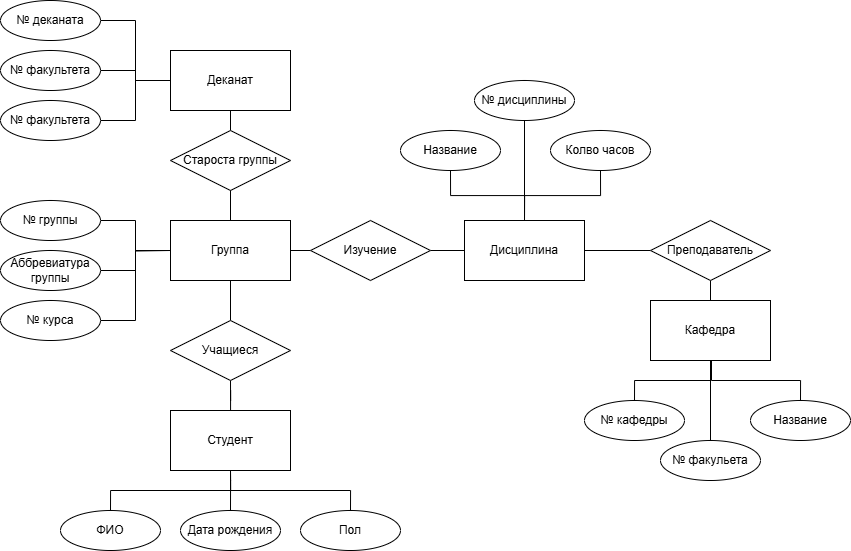
Earlier version of the draw.io export Dataset.drawio.png (ksinph/PSTU_LABS_2023). Source tidied: cells renumbered, new cells last; positions are measured from the earlier drawing's top-left corner, leaving out a move shared by most shapes. Its diagram source:
```xml
<mxGraphModel>
  <root>
    <mxCell id="0" />
    <mxCell id="1" parent="0" />
    <mxCell id="2" value="Студент" style="rounded=0;whiteSpace=wrap;html=1;" parent="1" vertex="1">
      <mxGeometry x="170" y="410" width="120" height="60" as="geometry" />
    </mxCell>
    <mxCell id="3" style="edgeStyle=orthogonalEdgeStyle;rounded=0;jettySize=auto;html=1;exitX=0.5;exitY=0;exitDx=0;exitDy=0;entryX=0.5;entryY=1;entryDx=0;entryDy=0;endArrow=none;startFill=0;" parent="1" edge="1" source="4" target="40">
      <mxGeometry relative="1" as="geometry" />
    </mxCell>
    <mxCell id="4" value="Кафедра" style="rounded=0;whiteSpace=wrap;html=1;" parent="1" vertex="1">
      <mxGeometry x="650" y="300" width="120" height="60" as="geometry" />
    </mxCell>
    <mxCell id="5" style="edgeStyle=orthogonalEdgeStyle;rounded=0;jettySize=auto;html=1;exitX=1;exitY=0.5;exitDx=0;exitDy=0;entryX=0;entryY=0.5;entryDx=0;entryDy=0;endArrow=none;startFill=0;" parent="1" edge="1" source="6" target="40">
      <mxGeometry relative="1" as="geometry" />
    </mxCell>
    <mxCell id="6" value="Дисциплина" style="rounded=0;whiteSpace=wrap;html=1;" parent="1" vertex="1">
      <mxGeometry x="464" y="220" width="120" height="60" as="geometry" />
    </mxCell>
    <mxCell id="7" value="Деканат" style="rounded=0;whiteSpace=wrap;html=1;" parent="1" vertex="1">
      <mxGeometry x="170" y="50" width="120" height="60" as="geometry" />
    </mxCell>
    <mxCell id="8" style="edgeStyle=orthogonalEdgeStyle;rounded=0;jettySize=auto;html=1;exitX=1;exitY=0.5;exitDx=0;exitDy=0;entryX=0;entryY=0.5;entryDx=0;entryDy=0;endArrow=none;startFill=0;" parent="1" edge="1" source="9" target="21">
      <mxGeometry relative="1" as="geometry" />
    </mxCell>
    <mxCell id="9" value="№ курса" style="ellipse;whiteSpace=wrap;html=1;align=center;" parent="1" vertex="1">
      <mxGeometry y="300" width="100" height="40" as="geometry" />
    </mxCell>
    <mxCell id="10" style="edgeStyle=orthogonalEdgeStyle;rounded=0;jettySize=auto;html=1;exitX=0.5;exitY=0;exitDx=0;exitDy=0;entryX=0.5;entryY=1;entryDx=0;entryDy=0;endArrow=none;startFill=0;" parent="1" edge="1" source="11" target="2">
      <mxGeometry relative="1" as="geometry" />
    </mxCell>
    <mxCell id="11" value="ФИО" style="ellipse;whiteSpace=wrap;html=1;align=center;" parent="1" vertex="1">
      <mxGeometry x="60" y="510" width="100" height="40" as="geometry" />
    </mxCell>
    <mxCell id="12" style="edgeStyle=orthogonalEdgeStyle;rounded=0;jettySize=auto;html=1;exitX=0.5;exitY=0;exitDx=0;exitDy=0;entryX=0.5;entryY=1;entryDx=0;entryDy=0;endArrow=none;endFill=1;startFill=0;" parent="1" edge="1" source="13" target="2">
      <mxGeometry relative="1" as="geometry">
        <Array as="points">
          <mxPoint x="230" y="480" />
          <mxPoint x="230" y="480" />
        </Array>
      </mxGeometry>
    </mxCell>
    <mxCell id="13" value="Дата рождения" style="ellipse;whiteSpace=wrap;html=1;align=center;" parent="1" vertex="1">
      <mxGeometry x="180" y="510" width="100" height="40" as="geometry" />
    </mxCell>
    <mxCell id="14" style="edgeStyle=orthogonalEdgeStyle;rounded=0;jettySize=auto;html=1;exitX=0.5;exitY=0;exitDx=0;exitDy=0;entryX=0.5;entryY=1;entryDx=0;entryDy=0;endArrow=none;startFill=0;" parent="1" edge="1" source="15" target="2">
      <mxGeometry relative="1" as="geometry" />
    </mxCell>
    <mxCell id="15" value="Пол" style="ellipse;whiteSpace=wrap;html=1;align=center;" parent="1" vertex="1">
      <mxGeometry x="300" y="510" width="100" height="40" as="geometry" />
    </mxCell>
    <mxCell id="16" style="edgeStyle=orthogonalEdgeStyle;rounded=0;jettySize=auto;html=1;exitX=0.5;exitY=0;exitDx=0;exitDy=0;entryX=0.5;entryY=1;entryDx=0;entryDy=0;endArrow=none;startFill=0;" parent="1" edge="1" source="17" target="7">
      <mxGeometry relative="1" as="geometry" />
    </mxCell>
    <mxCell id="17" value="Староста группы" style="shape=rhombus;perimeter=rhombusPerimeter;whiteSpace=wrap;html=1;align=center;" parent="1" vertex="1">
      <mxGeometry x="170" y="130" width="120" height="60" as="geometry" />
    </mxCell>
    <mxCell id="18" style="edgeStyle=orthogonalEdgeStyle;rounded=0;jettySize=auto;html=1;exitX=1;exitY=0.5;exitDx=0;exitDy=0;entryX=0;entryY=0.5;entryDx=0;entryDy=0;endArrow=none;endFill=1;startFill=0;" parent="1" edge="1" source="21" target="33">
      <mxGeometry relative="1" as="geometry" />
    </mxCell>
    <mxCell id="19" style="edgeStyle=orthogonalEdgeStyle;rounded=0;jettySize=auto;html=1;exitX=0.5;exitY=0;exitDx=0;exitDy=0;entryX=0.5;entryY=1;entryDx=0;entryDy=0;endArrow=none;startFill=0;" parent="1" edge="1" source="21" target="17">
      <mxGeometry relative="1" as="geometry" />
    </mxCell>
    <mxCell id="20" style="edgeStyle=orthogonalEdgeStyle;rounded=0;jettySize=auto;html=1;exitX=0.5;exitY=1;exitDx=0;exitDy=0;endArrow=none;startFill=0;" parent="1" edge="1" source="21" target="25">
      <mxGeometry relative="1" as="geometry" />
    </mxCell>
    <mxCell id="21" value="Группа" style="rounded=0;whiteSpace=wrap;html=1;" parent="1" vertex="1">
      <mxGeometry x="170" y="220" width="120" height="60" as="geometry" />
    </mxCell>
    <mxCell id="22" style="edgeStyle=orthogonalEdgeStyle;rounded=0;jettySize=auto;html=1;exitX=1;exitY=0.5;exitDx=0;exitDy=0;entryX=0;entryY=0.5;entryDx=0;entryDy=0;endArrow=none;startFill=0;" parent="1" edge="1" source="23" target="21">
      <mxGeometry relative="1" as="geometry" />
    </mxCell>
    <mxCell id="23" value="№ группы" style="ellipse;whiteSpace=wrap;html=1;align=center;" parent="1" vertex="1">
      <mxGeometry y="200" width="100" height="40" as="geometry" />
    </mxCell>
    <mxCell id="24" style="edgeStyle=orthogonalEdgeStyle;rounded=0;jettySize=auto;html=1;exitX=0.5;exitY=1;exitDx=0;exitDy=0;endArrow=none;startFill=0;" parent="1" edge="1" source="25" target="2">
      <mxGeometry relative="1" as="geometry" />
    </mxCell>
    <mxCell id="25" value="Учащиеся" style="shape=rhombus;perimeter=rhombusPerimeter;whiteSpace=wrap;html=1;align=center;" parent="1" vertex="1">
      <mxGeometry x="170" y="320" width="120" height="60" as="geometry" />
    </mxCell>
    <mxCell id="26" style="edgeStyle=orthogonalEdgeStyle;rounded=0;jettySize=auto;html=1;exitX=1;exitY=0.5;exitDx=0;exitDy=0;entryX=0;entryY=0.5;entryDx=0;entryDy=0;endArrow=none;startFill=0;" parent="1" edge="1" source="27" target="7">
      <mxGeometry relative="1" as="geometry" />
    </mxCell>
    <mxCell id="27" value="№ деканата" style="ellipse;whiteSpace=wrap;html=1;align=center;" parent="1" vertex="1">
      <mxGeometry width="100" height="40" as="geometry" />
    </mxCell>
    <mxCell id="28" style="edgeStyle=orthogonalEdgeStyle;rounded=0;jettySize=auto;html=1;exitX=1;exitY=0.5;exitDx=0;exitDy=0;entryX=0;entryY=0.5;entryDx=0;entryDy=0;endArrow=none;startFill=0;" parent="1" edge="1" source="29" target="7">
      <mxGeometry relative="1" as="geometry" />
    </mxCell>
    <mxCell id="29" value="№ факультета" style="ellipse;whiteSpace=wrap;html=1;align=center;" parent="1" vertex="1">
      <mxGeometry y="50" width="100" height="40" as="geometry" />
    </mxCell>
    <mxCell id="30" style="edgeStyle=orthogonalEdgeStyle;rounded=0;jettySize=auto;html=1;exitX=1;exitY=0.5;exitDx=0;exitDy=0;entryX=0;entryY=0.5;entryDx=0;entryDy=0;endArrow=none;startFill=0;" parent="1" edge="1" source="31" target="7">
      <mxGeometry relative="1" as="geometry" />
    </mxCell>
    <mxCell id="31" value="№ факультета" style="ellipse;whiteSpace=wrap;html=1;align=center;" parent="1" vertex="1">
      <mxGeometry y="100" width="100" height="40" as="geometry" />
    </mxCell>
    <mxCell id="32" style="edgeStyle=orthogonalEdgeStyle;rounded=0;jettySize=auto;html=1;exitX=1;exitY=0.5;exitDx=0;exitDy=0;entryX=0;entryY=0.5;entryDx=0;entryDy=0;endArrow=none;startFill=0;" parent="1" edge="1" source="33" target="6">
      <mxGeometry relative="1" as="geometry" />
    </mxCell>
    <mxCell id="33" value="Изучение" style="shape=rhombus;perimeter=rhombusPerimeter;whiteSpace=wrap;html=1;align=center;" parent="1" vertex="1">
      <mxGeometry x="310" y="220" width="120" height="60" as="geometry" />
    </mxCell>
    <mxCell id="34" style="edgeStyle=orthogonalEdgeStyle;rounded=0;jettySize=auto;html=1;exitX=0.5;exitY=1;exitDx=0;exitDy=0;entryX=0.5;entryY=0;entryDx=0;entryDy=0;endArrow=none;startFill=0;" parent="1" edge="1" source="35" target="6">
      <mxGeometry relative="1" as="geometry" />
    </mxCell>
    <mxCell id="35" value="Название" style="ellipse;whiteSpace=wrap;html=1;align=center;" parent="1" vertex="1">
      <mxGeometry x="400" y="130" width="100" height="40" as="geometry" />
    </mxCell>
    <mxCell id="36" style="edgeStyle=orthogonalEdgeStyle;rounded=0;jettySize=auto;html=1;exitX=0.5;exitY=1;exitDx=0;exitDy=0;endArrow=none;startFill=0;" parent="1" edge="1" source="37" target="6">
      <mxGeometry relative="1" as="geometry" />
    </mxCell>
    <mxCell id="37" value="№ дисциплины" style="ellipse;whiteSpace=wrap;html=1;align=center;" parent="1" vertex="1">
      <mxGeometry x="474" y="80" width="100" height="40" as="geometry" />
    </mxCell>
    <mxCell id="38" style="edgeStyle=orthogonalEdgeStyle;rounded=0;jettySize=auto;html=1;exitX=0.5;exitY=1;exitDx=0;exitDy=0;entryX=0.5;entryY=0;entryDx=0;entryDy=0;endArrow=none;startFill=0;" parent="1" edge="1" source="39" target="6">
      <mxGeometry relative="1" as="geometry" />
    </mxCell>
    <mxCell id="39" value="Колво часов" style="ellipse;whiteSpace=wrap;html=1;align=center;" parent="1" vertex="1">
      <mxGeometry x="550" y="130" width="100" height="40" as="geometry" />
    </mxCell>
    <mxCell id="40" value="Преподаватель" style="shape=rhombus;perimeter=rhombusPerimeter;whiteSpace=wrap;html=1;align=center;" parent="1" vertex="1">
      <mxGeometry x="650" y="220" width="120" height="60" as="geometry" />
    </mxCell>
    <mxCell id="41" style="edgeStyle=orthogonalEdgeStyle;rounded=0;jettySize=auto;html=1;exitX=0.5;exitY=0;exitDx=0;exitDy=0;entryX=0.5;entryY=1;entryDx=0;entryDy=0;endArrow=none;startFill=0;" parent="1" edge="1" source="42" target="4">
      <mxGeometry relative="1" as="geometry" />
    </mxCell>
    <mxCell id="42" value="№ кафедры" style="ellipse;whiteSpace=wrap;html=1;align=center;" parent="1" vertex="1">
      <mxGeometry x="584" y="400" width="100" height="40" as="geometry" />
    </mxCell>
    <mxCell id="43" style="edgeStyle=orthogonalEdgeStyle;rounded=0;jettySize=auto;html=1;exitX=0.5;exitY=0;exitDx=0;exitDy=0;entryX=0.5;entryY=1;entryDx=0;entryDy=0;endArrow=none;startFill=0;" parent="1" edge="1" source="44" target="4">
      <mxGeometry relative="1" as="geometry" />
    </mxCell>
    <mxCell id="44" value="№ факульета" style="ellipse;whiteSpace=wrap;html=1;align=center;" parent="1" vertex="1">
      <mxGeometry x="660" y="440" width="100" height="40" as="geometry" />
    </mxCell>
    <mxCell id="45" style="edgeStyle=orthogonalEdgeStyle;rounded=0;jettySize=auto;html=1;exitX=0.5;exitY=0;exitDx=0;exitDy=0;endArrow=none;startFill=0;" parent="1" edge="1" source="46">
      <mxGeometry relative="1" as="geometry">
        <mxPoint x="710" y="360" as="targetPoint" />
        <Array as="points">
          <mxPoint x="800" y="380" />
          <mxPoint x="711" y="380" />
          <mxPoint x="711" y="360" />
        </Array>
      </mxGeometry>
    </mxCell>
    <mxCell id="46" value="Название" style="ellipse;whiteSpace=wrap;html=1;align=center;" parent="1" vertex="1">
      <mxGeometry x="750" y="400" width="100" height="40" as="geometry" />
    </mxCell>
    <mxCell id="47" style="edgeStyle=orthogonalEdgeStyle;rounded=0;jettySize=auto;html=1;exitX=1;exitY=0.5;exitDx=0;exitDy=0;endArrow=none;startFill=0;" parent="1" edge="1" source="48">
      <mxGeometry relative="1" as="geometry">
        <mxPoint x="170" y="250" as="targetPoint" />
      </mxGeometry>
    </mxCell>
    <mxCell id="48" value="Аббревиатура группы" style="ellipse;whiteSpace=wrap;html=1;align=center;" parent="1" vertex="1">
      <mxGeometry y="250" width="100" height="40" as="geometry" />
    </mxCell>
  </root>
</mxGraphModel>
```
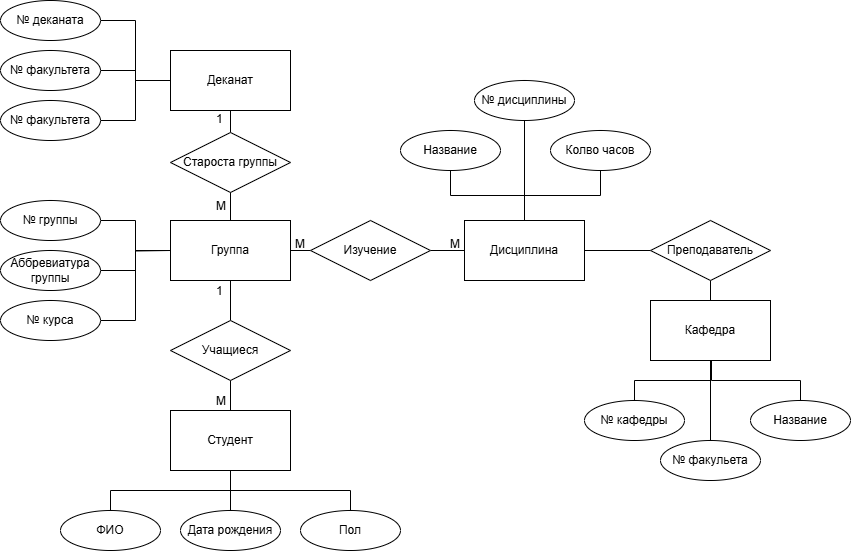
The same file after the commit.

The edit, as a diff of the source:
```diff
@@ -53,7 +53,7 @@
       <mxGeometry relative="1" as="geometry" />
     </mxCell>
     <mxCell id="17" value="Староста группы" style="shape=rhombus;perimeter=rhombusPerimeter;whiteSpace=wrap;html=1;align=center;" parent="1" vertex="1">
-      <mxGeometry x="170" y="130" width="120" height="60" as="geometry" />
+      <mxGeometry x="170" y="132" width="120" height="60" as="geometry" />
     </mxCell>
     <mxCell id="18" style="edgeStyle=orthogonalEdgeStyle;rounded=0;jettySize=auto;html=1;exitX=1;exitY=0.5;exitDx=0;exitDy=0;entryX=0;entryY=0.5;entryDx=0;entryDy=0;endArrow=none;endFill=1;startFill=0;" parent="1" edge="1" source="21" target="33">
       <mxGeometry relative="1" as="geometry" />
@@ -157,5 +157,23 @@
     <mxCell id="48" value="Аббревиатура группы" style="ellipse;whiteSpace=wrap;html=1;align=center;" parent="1" vertex="1">
       <mxGeometry y="250" width="100" height="40" as="geometry" />
     </mxCell>
+    <mxCell id="49" value="1" style="text;strokeColor=none;fillColor=none;spacingLeft=4;spacingRight=4;overflow=hidden;fontSize=12;whiteSpace=wrap;html=1;" parent="1" vertex="1">
+      <mxGeometry x="210" y="105" width="40" height="30" as="geometry" />
+    </mxCell>
+    <mxCell id="50" value="M" style="text;strokeColor=none;fillColor=none;spacingLeft=4;spacingRight=4;overflow=hidden;fontSize=12;whiteSpace=wrap;html=1;" parent="1" vertex="1">
+      <mxGeometry x="210" y="192" width="40" height="30" as="geometry" />
+    </mxCell>
+    <mxCell id="51" value="1" style="text;strokeColor=none;fillColor=none;spacingLeft=4;spacingRight=4;overflow=hidden;fontSize=12;whiteSpace=wrap;html=1;" parent="1" vertex="1">
+      <mxGeometry x="210" y="277" width="40" height="30" as="geometry" />
+    </mxCell>
+    <mxCell id="52" value="M" style="text;strokeColor=none;fillColor=none;spacingLeft=4;spacingRight=4;overflow=hidden;fontSize=12;whiteSpace=wrap;html=1;" parent="1" vertex="1">
+      <mxGeometry x="210" y="387" width="40" height="30" as="geometry" />
+    </mxCell>
+    <mxCell id="53" value="M" style="text;strokeColor=none;fillColor=none;spacingLeft=4;spacingRight=4;overflow=hidden;fontSize=12;whiteSpace=wrap;html=1;" parent="1" vertex="1">
+      <mxGeometry x="289" y="230" width="40" height="30" as="geometry" />
+    </mxCell>
+    <mxCell id="54" value="M" style="text;strokeColor=none;fillColor=none;spacingLeft=4;spacingRight=4;overflow=hidden;fontSize=12;whiteSpace=wrap;html=1;" parent="1" vertex="1">
+      <mxGeometry x="444" y="230" width="40" height="30" as="geometry" />
+    </mxCell>
   </root>
 </mxGraphModel>
```
